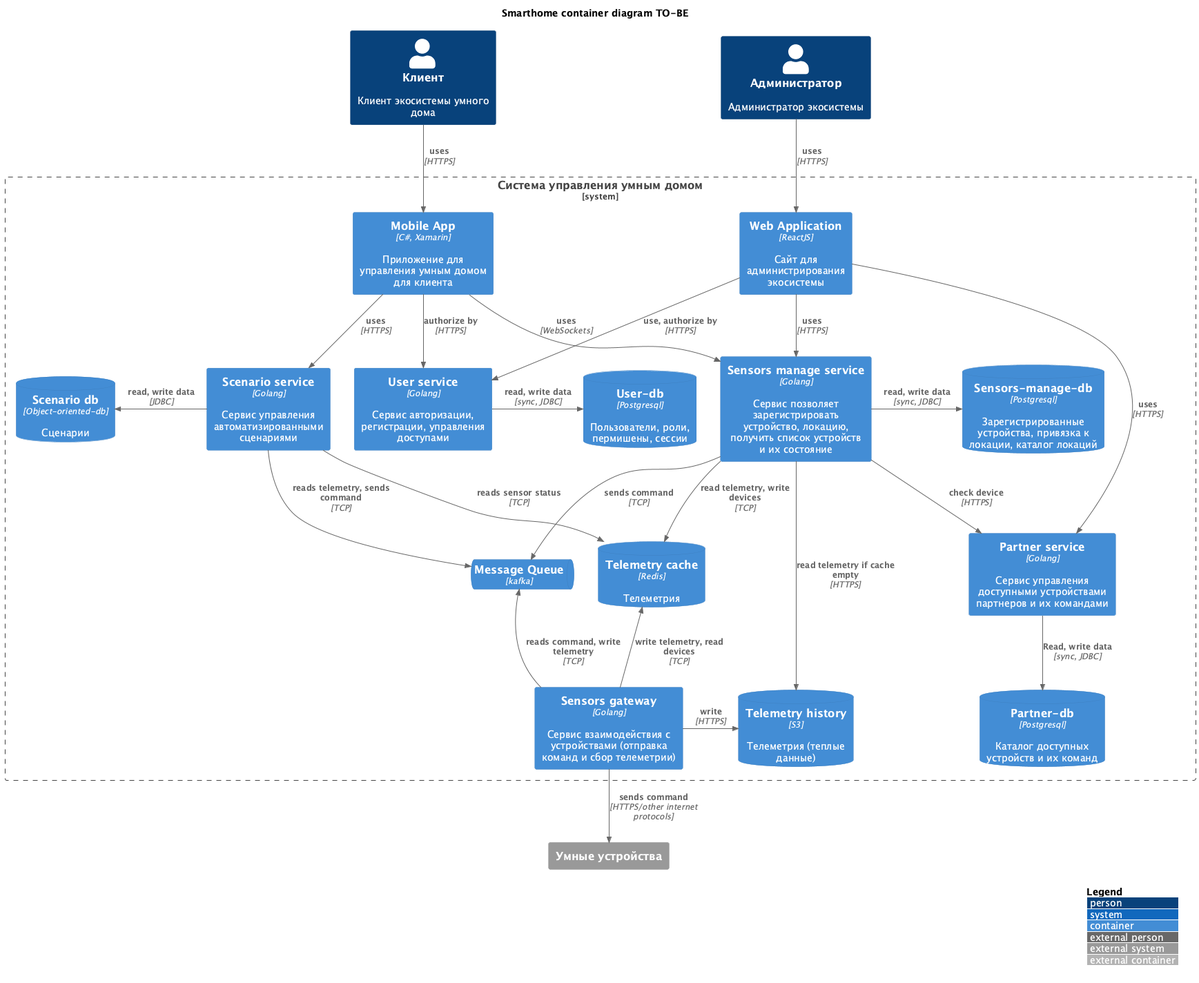
Before: schemas/v2/container/Smart-home-container.png, a diagram exported from PlantUML (annmozer116/warmhouse-golang). The source it was exported from:
```plantuml
@startuml Smart-home-container
!include https://raw.githubusercontent.com/plantuml-stdlib/C4-PlantUML/master/C4_Container.puml

LAYOUT_WITH_LEGEND()

title Smarthome container diagram TO-BE

Person(user, "Клиент", "Клиент экосистемы умного дома")
Person(admin, "Администратор", "Администратор экосистемы")

System_Boundary(c1, "Система управления умным домом") {
    Container(admin_web_app, "Web Application", "ReactJS", "Сайт для администрирования экосистемы")
    Container(mobile_app, "Mobile App", "C#, Xamarin", "Приложение для управления умным домом для клиента")

    Container(user_service, "User service", "Golang", "Сервис авторизации, регистрации, управления доступами")
    ContainerDb(user_service_db, "User-db", "Postgresql", "Пользователи, роли, пермишены, сессии")

    Container(partner_service, "Partner service", "Golang", "Сервис управления доступными устройствами партнеров и их командами")
    ContainerDb(partner_service_db, "Partner-db", "Postgresql", "Каталог доступных устройств и их команд")

    Container(sensors_manage_service, "Sensors manage service", "Golang", "Сервис позволяет зарегистрировать устройство, локацию, получить список устройств и их состояние")
    ContainerDb(sensors_manage_service_db, "Sensors-manage-db", "Postgresql", "Зарегистрированные устройства, привязка к локации, каталог локаций")

    Container(sensors_gw_service, "Sensors gateway", "Golang", "Сервис взаимодействия с устройствами (отправка команд и сбор телеметрии)")
    ContainerDb(telemetry_cache, "Telemetry cache", "Redis", "Телеметрия")
    ContainerDb(telemetry_history, "Telemetry history", "S3", "Телеметрия (теплые данные)")

    ContainerQueue(smarthome_mq, "Message Queue", "kafka")

    Container(scenario_service, "Scenario service", "Golang", "Сервис управления автоматизированными сценариями")
    ContainerDb(scenario_service_db, "Scenario db", "Object-oriented-db", "Сценарии")

}
System_Ext(sensor, "Умные устройства")

Rel(user, mobile_app, "uses", "HTTPS")
Rel(admin, admin_web_app, "uses", "HTTPS")

Rel_R(mobile_app,user_service, "authorize by", "HTTPS")
Rel(admin_web_app,user_service, "use, authorize by", "HTTPS")
Rel(admin_web_app,sensors_manage_service, "uses", "HTTPS")
Rel_Neighbor(user_service,user_service_db, "read, write data", "sync, JDBC")

Rel(admin_web_app, partner_service, "uses", "HTTPS")
Rel(partner_service, partner_service_db, "Read, write data", "sync, JDBC")

Rel(mobile_app, sensors_manage_service, "uses", "WebSockets")
Rel_Neighbor(sensors_manage_service, sensors_manage_service_db, "read, write data", "sync, JDBC")

Rel(sensors_manage_service, smarthome_mq, "sends command", "TCP")
Rel_U(sensors_gw_service, smarthome_mq, "reads command, write telemetry", "TCP")

Rel(sensors_manage_service, partner_service, "check device", "HTTPS")
Rel(sensors_manage_service, telemetry_cache, "read telemetry, write devices", "TCP")
Rel(sensors_manage_service, telemetry_history, "read telemetry if cache empty", "HTTPS")

Rel(sensors_gw_service, sensor, "sends command", "HTTPS/other internet protocols")
Rel_U(sensors_gw_service, telemetry_cache, "write telemetry, read devices", "TCP")
Rel_Neighbor(sensors_gw_service, telemetry_history, "write", "HTTPS")

Rel(mobile_app, scenario_service, "uses", "HTTPS")
Rel_L(scenario_service, scenario_service_db, "read, write data", "JDBC")
Rel(scenario_service, smarthome_mq, "reads telemetry, sends command", "TCP")
Rel(scenario_service, telemetry_cache, "reads sensor status", "TCP")






@enduml
```
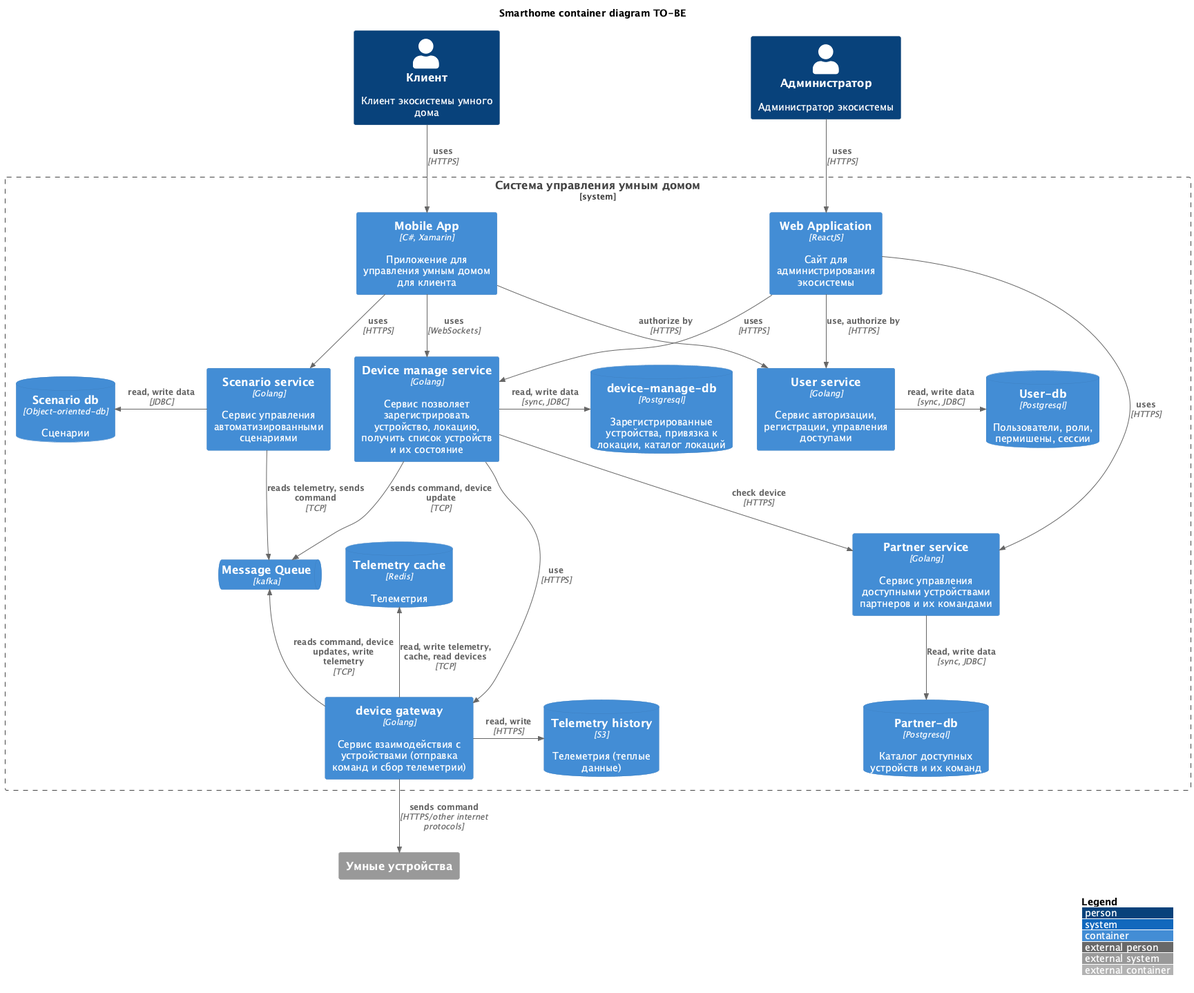
After the commit.

What changed in the source:
```diff
@@ -18,10 +18,10 @@
     Container(partner_service, "Partner service", "Golang", "Сервис управления доступными устройствами партнеров и их командами")
     ContainerDb(partner_service_db, "Partner-db", "Postgresql", "Каталог доступных устройств и их команд")
 
-    Container(sensors_manage_service, "Sensors manage service", "Golang", "Сервис позволяет зарегистрировать устройство, локацию, получить список устройств и их состояние")
-    ContainerDb(sensors_manage_service_db, "Sensors-manage-db", "Postgresql", "Зарегистрированные устройства, привязка к локации, каталог локаций")
+    Container(device_manage_service, "Device manage service", "Golang", "Сервис позволяет зарегистрировать устройство, локацию, получить список устройств и их состояние")
+    ContainerDb(device_manage_service_db, "device-manage-db", "Postgresql", "Зарегистрированные устройства, привязка к локации, каталог локаций")
 
-    Container(sensors_gw_service, "Sensors gateway", "Golang", "Сервис взаимодействия с устройствами (отправка команд и сбор телеметрии)")
+    Container(device_gw_service, "device gateway", "Golang", "Сервис взаимодействия с устройствами (отправка команд и сбор телеметрии)")
     ContainerDb(telemetry_cache, "Telemetry cache", "Redis", "Телеметрия")
     ContainerDb(telemetry_history, "Telemetry history", "S3", "Телеметрия (теплые данные)")
 
@@ -31,37 +31,36 @@
     ContainerDb(scenario_service_db, "Scenario db", "Object-oriented-db", "Сценарии")
 
 }
-System_Ext(sensor, "Умные устройства")
+System_Ext(device, "Умные устройства")
 
 Rel(user, mobile_app, "uses", "HTTPS")
 Rel(admin, admin_web_app, "uses", "HTTPS")
 
 Rel_R(mobile_app,user_service, "authorize by", "HTTPS")
 Rel(admin_web_app,user_service, "use, authorize by", "HTTPS")
-Rel(admin_web_app,sensors_manage_service, "uses", "HTTPS")
+Rel(admin_web_app,device_manage_service, "uses", "HTTPS")
 Rel_Neighbor(user_service,user_service_db, "read, write data", "sync, JDBC")
 
 Rel(admin_web_app, partner_service, "uses", "HTTPS")
 Rel(partner_service, partner_service_db, "Read, write data", "sync, JDBC")
 
-Rel(mobile_app, sensors_manage_service, "uses", "WebSockets")
-Rel_Neighbor(sensors_manage_service, sensors_manage_service_db, "read, write data", "sync, JDBC")
+Rel(mobile_app, device_manage_service, "uses", "WebSockets")
+Rel_Neighbor(device_manage_service, device_manage_service_db, "read, write data", "sync, JDBC")
 
-Rel(sensors_manage_service, smarthome_mq, "sends command", "TCP")
-Rel_U(sensors_gw_service, smarthome_mq, "reads command, write telemetry", "TCP")
+Rel(device_manage_service, smarthome_mq, "sends command, device update", "TCP")
+Rel_U(device_gw_service, smarthome_mq, "reads command, device updates, write telemetry", "TCP")
 
-Rel(sensors_manage_service, partner_service, "check device", "HTTPS")
-Rel(sensors_manage_service, telemetry_cache, "read telemetry, write devices", "TCP")
-Rel(sensors_manage_service, telemetry_history, "read telemetry if cache empty", "HTTPS")
+Rel(device_manage_service, partner_service, "check device", "HTTPS")
 
-Rel(sensors_gw_service, sensor, "sends command", "HTTPS/other internet protocols")
-Rel_U(sensors_gw_service, telemetry_cache, "write telemetry, read devices", "TCP")
-Rel_Neighbor(sensors_gw_service, telemetry_history, "write", "HTTPS")
+Rel(device_manage_service, device_gw_service, "use", "HTTPS")
+
+Rel(device_gw_service, device, "sends command", "HTTPS/other internet protocols")
+Rel_U(device_gw_service, telemetry_cache, "read, write telemetry, cache, read devices", "TCP")
+Rel_Neighbor(device_gw_service, telemetry_history, "read, write", "HTTPS")
 
 Rel(mobile_app, scenario_service, "uses", "HTTPS")
 Rel_L(scenario_service, scenario_service_db, "read, write data", "JDBC")
 Rel(scenario_service, smarthome_mq, "reads telemetry, sends command", "TCP")
-Rel(scenario_service, telemetry_cache, "reads sensor status", "TCP")
 
 
 
```
